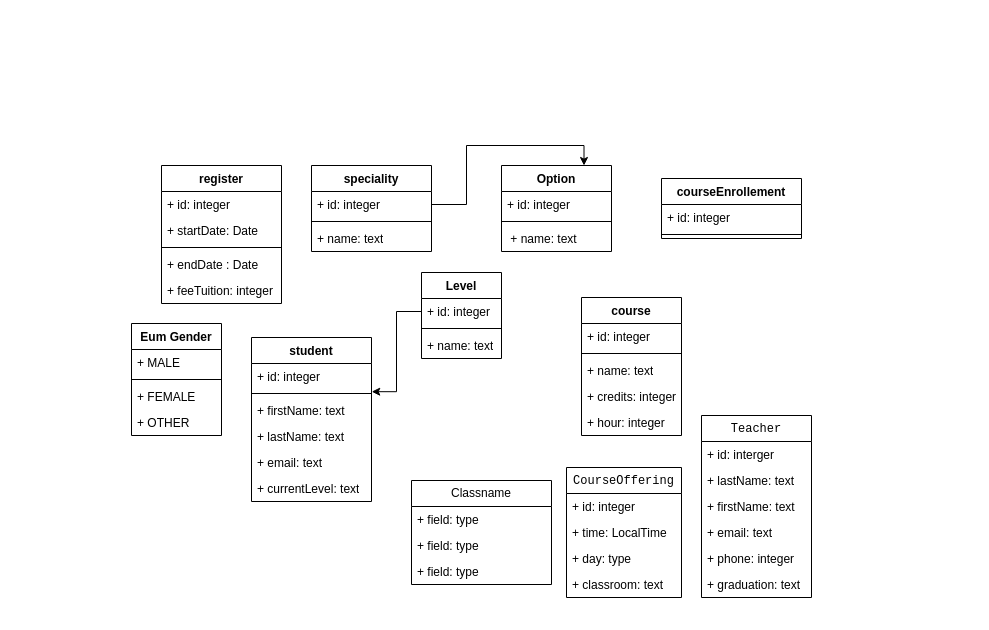
Before: page "Page-1" (1 of 4) of schoolapp-use-case-spring-1.drawio in sidofdountio/schoolappui, a draw.io diagram. Source tidied: cells renumbered, new cells numbered last; positions are measured from the earlier drawing's top-left corner, leaving out a move shared by most shapes. Both pictures are drawn from the tidied source at 100%, with x=0, y=0 at pixel (131, 165).
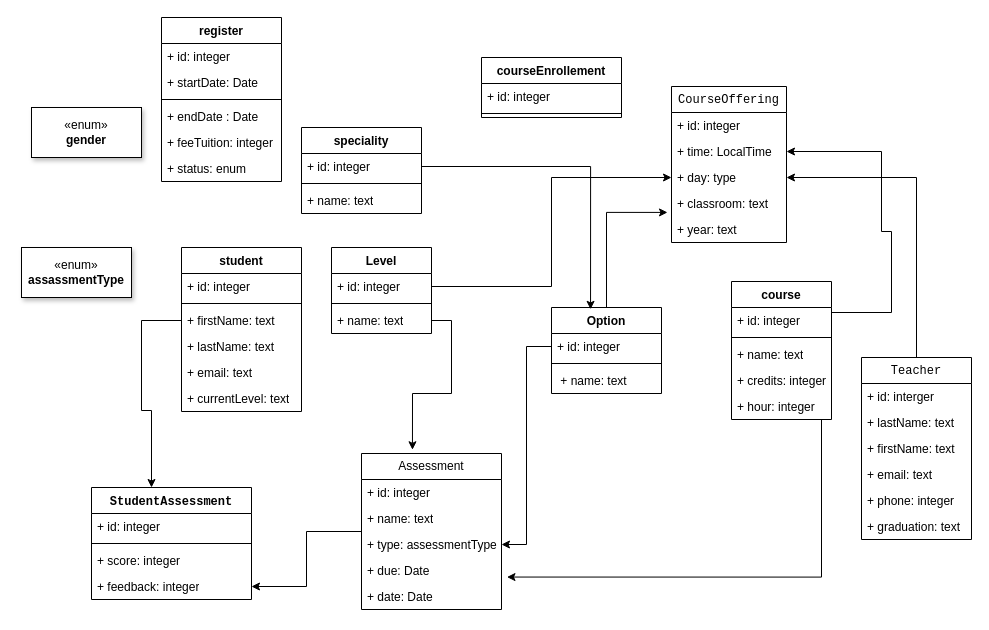
The same page after the edit.

The change refers to these unchanged cells:
```xml
<mxCell id="3" value="+ id: integer" style="text;strokeColor=none;fillColor=none;align=left;verticalAlign=top;spacingLeft=4;spacingRight=4;overflow=hidden;points=[[0,0.5],[1,0.5]];portConstraint=eastwest;whiteSpace=wrap;html=1;" parent="2" vertex="1">
  <mxGeometry y="26" width="120" height="26" as="geometry" />
</mxCell>
<mxCell id="7" value="+ id: integer" style="text;strokeColor=none;fillColor=none;align=left;verticalAlign=top;spacingLeft=4;spacingRight=4;overflow=hidden;points=[[0,0.5],[1,0.5]];portConstraint=eastwest;whiteSpace=wrap;html=1;" parent="6" vertex="1">
  <mxGeometry y="26" width="110" height="26" as="geometry" />
</mxCell>
<mxCell id="11" value="+ id: integer" style="text;strokeColor=none;fillColor=none;align=left;verticalAlign=top;spacingLeft=4;spacingRight=4;overflow=hidden;points=[[0,0.5],[1,0.5]];portConstraint=eastwest;whiteSpace=wrap;html=1;" parent="10" vertex="1">
  <mxGeometry y="26" width="100" height="26" as="geometry" />
</mxCell>
<mxCell id="15" value="+ hour: integer" style="text;strokeColor=none;fillColor=none;align=left;verticalAlign=top;spacingLeft=4;spacingRight=4;overflow=hidden;points=[[0,0.5],[1,0.5]];portConstraint=eastwest;whiteSpace=wrap;html=1;" parent="10" vertex="1">
  <mxGeometry y="112" width="100" height="26" as="geometry" />
</mxCell>
<mxCell id="17" value="+ id: integer" style="text;strokeColor=none;fillColor=none;align=left;verticalAlign=top;spacingLeft=4;spacingRight=4;overflow=hidden;points=[[0,0.5],[1,0.5]];portConstraint=eastwest;whiteSpace=wrap;html=1;" parent="16" vertex="1">
  <mxGeometry y="26" width="120" height="26" as="geometry" />
</mxCell>
<mxCell id="19" value="+ firstName: text" style="text;strokeColor=none;fillColor=none;align=left;verticalAlign=top;spacingLeft=4;spacingRight=4;overflow=hidden;points=[[0,0.5],[1,0.5]];portConstraint=eastwest;whiteSpace=wrap;html=1;" parent="16" vertex="1">
  <mxGeometry y="60" width="120" height="26" as="geometry" />
</mxCell>
<mxCell id="52" value="+ time: LocalTime" style="text;strokeColor=none;fillColor=none;align=left;verticalAlign=top;spacingLeft=4;spacingRight=4;overflow=hidden;points=[[0,0.5],[1,0.5]];portConstraint=eastwest;whiteSpace=wrap;html=1;" parent="50" vertex="1">
  <mxGeometry y="52" width="115" height="26" as="geometry" />
</mxCell>
<mxCell id="53" value="+ day: type" style="text;strokeColor=none;fillColor=none;align=left;verticalAlign=top;spacingLeft=4;spacingRight=4;overflow=hidden;points=[[0,0.5],[1,0.5]];portConstraint=eastwest;whiteSpace=wrap;html=1;" parent="50" vertex="1">
  <mxGeometry y="78" width="115" height="26" as="geometry" />
</mxCell>
```

Diff of the diagram source:
```diff
@@
     <mxCell id="2" value="speciality" style="swimlane;fontStyle=1;align=center;verticalAlign=top;horizontal=1;startSize=26;whiteSpace=wrap;html=1;" parent="1" vertex="1">
-      <mxGeometry x="180" width="120" height="86" as="geometry" />
+      <mxGeometry x="170" y="-38" width="120" height="86" as="geometry" />
     </mxCell>
@@
     <mxCell id="6" value="Option" style="swimlane;fontStyle=1;align=center;verticalAlign=top;horizontal=1;startSize=26;whiteSpace=wrap;html=1;" parent="1" vertex="1">
-      <mxGeometry x="370" width="110" height="86" as="geometry" />
+      <mxGeometry x="420" y="142" width="110" height="86" as="geometry" />
     </mxCell>
@@
     <mxCell id="10" value="course" style="swimlane;fontStyle=1;align=center;verticalAlign=top;horizontal=1;startSize=26;whiteSpace=wrap;html=1;" parent="1" vertex="1">
-      <mxGeometry x="450" y="132" width="100" height="138" as="geometry" />
+      <mxGeometry x="600" y="116" width="100" height="138" as="geometry" />
     </mxCell>
@@
     <mxCell id="16" value="student" style="swimlane;fontStyle=1;align=center;verticalAlign=top;horizontal=1;startSize=26;whiteSpace=wrap;html=1;" parent="1" vertex="1">
-      <mxGeometry x="120" y="172" width="120" height="164" as="geometry" />
+      <mxGeometry x="50" y="82" width="120" height="164" as="geometry" />
     </mxCell>
@@
-    <mxCell id="23" value="Eum Gender" style="swimlane;fontStyle=1;align=center;verticalAlign=top;horizontal=1;startSize=26;whiteSpace=wrap;html=1;" parent="1" vertex="1">
-      <mxGeometry y="158" width="90" height="112" as="geometry" />
-    </mxCell>
-    <mxCell id="24" value="+ MALE" style="text;strokeColor=none;fillColor=none;align=left;verticalAlign=top;spacingLeft=4;spacingRight=4;overflow=hidden;whiteSpace=wrap;html=1;" parent="23" vertex="1">
-      <mxGeometry y="26" width="90" height="26" as="geometry" />
-    </mxCell>
-    <mxCell id="25" style="line;strokeWidth=1;fillColor=none;align=left;verticalAlign=middle;spacingTop=-1;spacingLeft=3;spacingRight=3;labelPosition=right;strokeColor=inherit;" parent="23" vertex="1">
-      <mxGeometry y="52" width="90" height="8" as="geometry" />
-    </mxCell>
-    <mxCell id="26" value="+ FEMALE" style="text;strokeColor=none;fillColor=none;align=left;verticalAlign=top;spacingLeft=4;spacingRight=4;overflow=hidden;whiteSpace=wrap;html=1;" parent="23" vertex="1">
-      <mxGeometry y="60" width="90" height="26" as="geometry" />
-    </mxCell>
-    <mxCell id="27" value="+ OTHER" style="text;strokeColor=none;fillColor=none;align=left;verticalAlign=top;spacingLeft=4;spacingRight=4;overflow=hidden;whiteSpace=wrap;html=1;" parent="23" vertex="1">
-      <mxGeometry y="86" width="90" height="26" as="geometry" />
-    </mxCell>
     <mxCell id="28" value="register" style="swimlane;fontStyle=1;align=center;verticalAlign=top;horizontal=1;startSize=26;whiteSpace=wrap;html=1;" parent="1" vertex="1">
-      <mxGeometry x="30" width="120" height="138" as="geometry" />
+      <mxGeometry x="30" y="-148" width="120" height="164" as="geometry" />
     </mxCell>
@@
+    <mxCell id="59" value="+ status: enum" style="text;strokeColor=none;fillColor=none;align=left;verticalAlign=top;spacingLeft=4;spacingRight=4;overflow=hidden;whiteSpace=wrap;html=1;" parent="28" vertex="1">
+      <mxGeometry y="138" width="120" height="26" as="geometry" />
+    </mxCell>
     <mxCell id="34" value="courseEnrollement" style="swimlane;fontStyle=1;align=center;verticalAlign=top;horizontal=1;startSize=26;whiteSpace=wrap;html=1;" parent="1" vertex="1">
-      <mxGeometry x="530" y="13" width="140" height="60" as="geometry" />
+      <mxGeometry x="350" y="-108" width="140" height="60" as="geometry" />
     </mxCell>
@@
     <mxCell id="37" value="Level" style="swimlane;fontStyle=1;align=center;verticalAlign=top;horizontal=1;startSize=26;whiteSpace=wrap;html=1;" parent="1" vertex="1">
-      <mxGeometry x="290" y="107" width="80" height="86" as="geometry" />
+      <mxGeometry x="200" y="82" width="100" height="86" as="geometry" />
     </mxCell>
     <mxCell id="38" value="+ id: integer" style="text;strokeColor=none;fillColor=none;align=left;verticalAlign=top;spacingLeft=4;spacingRight=4;overflow=hidden;points=[[0,0.5],[1,0.5]];portConstraint=eastwest;whiteSpace=wrap;html=1;" parent="37" vertex="1">
-      <mxGeometry y="26" width="80" height="26" as="geometry" />
+      <mxGeometry y="26" width="100" height="26" as="geometry" />
     </mxCell>
     <mxCell id="39" style="line;strokeWidth=1;fillColor=none;align=left;verticalAlign=middle;spacingTop=-1;spacingLeft=3;spacingRight=3;labelPosition=right;strokeColor=inherit;" parent="37" vertex="1">
-      <mxGeometry y="52" width="80" height="8" as="geometry" />
+      <mxGeometry y="52" width="100" height="8" as="geometry" />
     </mxCell>
     <mxCell id="40" value="+ name: text" style="text;strokeColor=none;fillColor=none;align=left;verticalAlign=top;spacingLeft=4;spacingRight=4;overflow=hidden;points=[[0,0.5],[1,0.5]];portConstraint=eastwest;whiteSpace=wrap;html=1;" parent="37" vertex="1">
-      <mxGeometry y="60" width="80" height="26" as="geometry" />
+      <mxGeometry y="60" width="100" height="26" as="geometry" />
     </mxCell>
-    <mxCell id="41" style="edgeStyle=orthogonalEdgeStyle;rounded=0;jettySize=auto;html=1;entryX=0.75;entryY=0;entryDx=0;entryDy=0;" parent="1" edge="1" source="3" target="6">
-      <mxGeometry relative="1" as="geometry" />
-    </mxCell>
-    <mxCell id="42" style="edgeStyle=orthogonalEdgeStyle;rounded=0;jettySize=auto;html=1;entryX=1.002;entryY=1.084;entryDx=0;entryDy=0;entryPerimeter=0;" parent="1" edge="1" source="38" target="17">
-      <mxGeometry relative="1" as="geometry" />
-    </mxCell>
+    <mxCell id="60" style="edgeStyle=orthogonalEdgeStyle;rounded=0;jettySize=auto;html=1;entryX=1;entryY=0.5;entryDx=0;entryDy=0;" parent="1" edge="1" source="43" target="53">
+      <mxGeometry relative="1" as="geometry" />
+    </mxCell>
     <mxCell id="43" value="&lt;code&gt;Teacher&lt;/code&gt;" style="swimlane;fontStyle=0;horizontal=1;startSize=26;fillColor=none;whiteSpace=wrap;html=1;" parent="1" vertex="1">
-      <mxGeometry x="570" y="250" width="110" height="182" as="geometry" />
+      <mxGeometry x="730" y="192" width="110" height="182" as="geometry" />
     </mxCell>
@@
     <mxCell id="50" value="&lt;code&gt;CourseOffering&lt;/code&gt;" style="swimlane;fontStyle=0;horizontal=1;startSize=26;fillColor=none;whiteSpace=wrap;html=1;" parent="1" vertex="1">
-      <mxGeometry x="435" y="302" width="115" height="130" as="geometry" />
+      <mxGeometry x="540" y="-79" width="115" height="156" as="geometry" />
     </mxCell>
@@
+    <mxCell id="61" value="+ year: text" style="text;strokeColor=none;fillColor=none;align=left;verticalAlign=top;spacingLeft=4;spacingRight=4;overflow=hidden;points=[[0,0.5],[1,0.5]];portConstraint=eastwest;whiteSpace=wrap;html=1;" parent="50" vertex="1">
+      <mxGeometry y="130" width="115" height="26" as="geometry" />
+    </mxCell>
+    <mxCell id="62" style="edgeStyle=orthogonalEdgeStyle;rounded=0;jettySize=auto;html=1;" parent="1" edge="1" source="55" target="69">
+      <mxGeometry relative="1" as="geometry" />
+    </mxCell>
-    <mxCell id="55" value="Classname" style="swimlane;fontStyle=0;horizontal=1;startSize=26;fillColor=none;whiteSpace=wrap;html=1;" parent="1" vertex="1">
-      <mxGeometry x="280" y="315" width="140" height="104" as="geometry" />
+    <mxCell id="55" value="Assessment" style="swimlane;fontStyle=0;horizontal=1;startSize=26;fillColor=none;whiteSpace=wrap;html=1;" parent="1" vertex="1">
+      <mxGeometry x="230" y="288" width="140" height="156" as="geometry" />
     </mxCell>
-    <mxCell id="56" value="+ field: type" style="text;strokeColor=none;fillColor=none;align=left;verticalAlign=top;spacingLeft=4;spacingRight=4;overflow=hidden;whiteSpace=wrap;html=1;" parent="55" vertex="1">
+    <mxCell id="56" value="+ id: integer" style="text;strokeColor=none;fillColor=none;align=left;verticalAlign=top;spacingLeft=4;spacingRight=4;overflow=hidden;whiteSpace=wrap;html=1;" parent="55" vertex="1">
       <mxGeometry y="26" width="140" height="26" as="geometry" />
     </mxCell>
-    <mxCell id="57" value="+ field: type" style="text;strokeColor=none;fillColor=none;align=left;verticalAlign=top;spacingLeft=4;spacingRight=4;overflow=hidden;whiteSpace=wrap;html=1;" parent="55" vertex="1">
+    <mxCell id="57" value="+ name: text" style="text;strokeColor=none;fillColor=none;align=left;verticalAlign=top;spacingLeft=4;spacingRight=4;overflow=hidden;whiteSpace=wrap;html=1;" parent="55" vertex="1">
       <mxGeometry y="52" width="140" height="26" as="geometry" />
     </mxCell>
-    <mxCell id="58" value="+ field: type" style="text;strokeColor=none;fillColor=none;align=left;verticalAlign=top;spacingLeft=4;spacingRight=4;overflow=hidden;points=[[0,0.5],[1,0.5]];portConstraint=eastwest;whiteSpace=wrap;html=1;" parent="55" vertex="1">
+    <mxCell id="58" value="+ type: assessmentType" style="text;strokeColor=none;fillColor=none;align=left;verticalAlign=top;spacingLeft=4;spacingRight=4;overflow=hidden;points=[[0,0.5],[1,0.5]];portConstraint=eastwest;whiteSpace=wrap;html=1;" parent="55" vertex="1">
       <mxGeometry y="78" width="140" height="26" as="geometry" />
     </mxCell>
+    <mxCell id="63" value="+ due: Date" style="text;strokeColor=none;fillColor=none;align=left;verticalAlign=top;spacingLeft=4;spacingRight=4;overflow=hidden;whiteSpace=wrap;html=1;" parent="55" vertex="1">
+      <mxGeometry y="104" width="140" height="26" as="geometry" />
+    </mxCell>
+    <mxCell id="64" value="+ date: Date" style="text;strokeColor=none;fillColor=none;align=left;verticalAlign=top;spacingLeft=4;spacingRight=4;overflow=hidden;points=[[0,0.5],[1,0.5]];portConstraint=eastwest;whiteSpace=wrap;html=1;" parent="55" vertex="1">
+      <mxGeometry y="130" width="140" height="26" as="geometry" />
+    </mxCell>
+    <mxCell id="65" value="&lt;code&gt;StudentAssessment&lt;/code&gt;" style="swimlane;fontStyle=1;align=center;verticalAlign=top;horizontal=1;startSize=26;whiteSpace=wrap;html=1;" parent="1" vertex="1">
+      <mxGeometry x="-40" y="322" width="160" height="112" as="geometry" />
+    </mxCell>
+    <mxCell id="66" value="+ id: integer" style="text;strokeColor=none;fillColor=none;align=left;verticalAlign=top;spacingLeft=4;spacingRight=4;overflow=hidden;whiteSpace=wrap;html=1;" parent="65" vertex="1">
+      <mxGeometry y="26" width="160" height="26" as="geometry" />
+    </mxCell>
+    <mxCell id="67" style="line;strokeWidth=1;fillColor=none;align=left;verticalAlign=middle;spacingTop=-1;spacingLeft=3;spacingRight=3;labelPosition=right;strokeColor=inherit;" parent="65" vertex="1">
+      <mxGeometry y="52" width="160" height="8" as="geometry" />
+    </mxCell>
+    <mxCell id="68" value="+ score: integer" style="text;strokeColor=none;fillColor=none;align=left;verticalAlign=top;spacingLeft=4;spacingRight=4;overflow=hidden;whiteSpace=wrap;html=1;" parent="65" vertex="1">
+      <mxGeometry y="60" width="160" height="26" as="geometry" />
+    </mxCell>
+    <mxCell id="69" value="+ feedback: integer" style="text;strokeColor=none;fillColor=none;align=left;verticalAlign=top;spacingLeft=4;spacingRight=4;overflow=hidden;points=[[0,0.5],[1,0.5]];portConstraint=eastwest;whiteSpace=wrap;html=1;" parent="65" vertex="1">
+      <mxGeometry y="86" width="160" height="26" as="geometry" />
+    </mxCell>
+    <mxCell id="70" style="edgeStyle=orthogonalEdgeStyle;rounded=0;jettySize=auto;html=1;exitX=1;exitY=0.5;exitDx=0;exitDy=0;entryX=0;entryY=0.5;entryDx=0;entryDy=0;" parent="1" edge="1" source="38" target="53">
+      <mxGeometry relative="1" as="geometry" />
+    </mxCell>
+    <mxCell id="71" style="edgeStyle=orthogonalEdgeStyle;rounded=0;jettySize=auto;html=1;entryX=1;entryY=0.5;entryDx=0;entryDy=0;" parent="1" edge="1" source="11" target="52">
+      <mxGeometry relative="1" as="geometry">
+        <Array as="points">
+          <mxPoint x="760" y="147" />
+          <mxPoint x="760" y="66" />
+          <mxPoint x="750" y="66" />
+          <mxPoint x="750" y="-14" />
+        </Array>
+      </mxGeometry>
+    </mxCell>
+    <mxCell id="72" value="&lt;div&gt;«enum»&lt;b&gt;&lt;br&gt;&lt;/b&gt;&lt;/div&gt;&lt;div&gt;&lt;b&gt;assassmentType&lt;/b&gt;&lt;/div&gt;" style="html=1;whiteSpace=wrap;shadow=1;" parent="1" vertex="1">
+      <mxGeometry x="-110" y="82" width="110" height="50" as="geometry" />
+    </mxCell>
+    <mxCell id="73" style="edgeStyle=orthogonalEdgeStyle;rounded=0;jettySize=auto;html=1;entryX=1;entryY=0.5;entryDx=0;entryDy=0;" parent="1" edge="1" source="7" target="58">
+      <mxGeometry relative="1" as="geometry" />
+    </mxCell>
+    <mxCell id="74" style="edgeStyle=orthogonalEdgeStyle;rounded=0;jettySize=auto;html=1;entryX=0.364;entryY=-0.024;entryDx=0;entryDy=0;entryPerimeter=0;" parent="1" edge="1" source="40" target="55">
+      <mxGeometry relative="1" as="geometry" />
+    </mxCell>
+    <mxCell id="75" style="edgeStyle=orthogonalEdgeStyle;rounded=0;jettySize=auto;html=1;entryX=1.039;entryY=-0.248;entryDx=0;entryDy=0;entryPerimeter=0;" parent="1" edge="1" source="15" target="64">
+      <mxGeometry relative="1" as="geometry">
+        <Array as="points">
+          <mxPoint x="690" y="412" />
+        </Array>
+      </mxGeometry>
+    </mxCell>
+    <mxCell id="76" value="&lt;div&gt;«enum»&lt;b&gt;&lt;br&gt;&lt;/b&gt;&lt;/div&gt;&lt;div&gt;&lt;b&gt;gender&lt;br&gt;&lt;/b&gt;&lt;/div&gt;" style="html=1;whiteSpace=wrap;shadow=1;" parent="1" vertex="1">
+      <mxGeometry x="-100" y="-58" width="110" height="50" as="geometry" />
+    </mxCell>
+    <mxCell id="77" style="edgeStyle=orthogonalEdgeStyle;rounded=0;jettySize=auto;html=1;" parent="1" edge="1" source="19" target="65">
+      <mxGeometry relative="1" as="geometry">
+        <Array as="points">
+          <mxPoint x="10" y="155" />
+          <mxPoint x="10" y="245" />
+          <mxPoint x="20" y="245" />
+        </Array>
+      </mxGeometry>
+    </mxCell>
+    <mxCell id="78" style="edgeStyle=orthogonalEdgeStyle;rounded=0;jettySize=auto;html=1;entryX=-0.035;entryY=-0.157;entryDx=0;entryDy=0;entryPerimeter=0;" parent="1" edge="1" source="6" target="61">
+      <mxGeometry relative="1" as="geometry" />
+    </mxCell>
+    <mxCell id="41" style="edgeStyle=orthogonalEdgeStyle;rounded=0;jettySize=auto;html=1;entryX=0.355;entryY=0.021;entryDx=0;entryDy=0;entryPerimeter=0;" parent="1" edge="1" source="3" target="6">
+      <mxGeometry relative="1" as="geometry" />
+    </mxCell>
```
